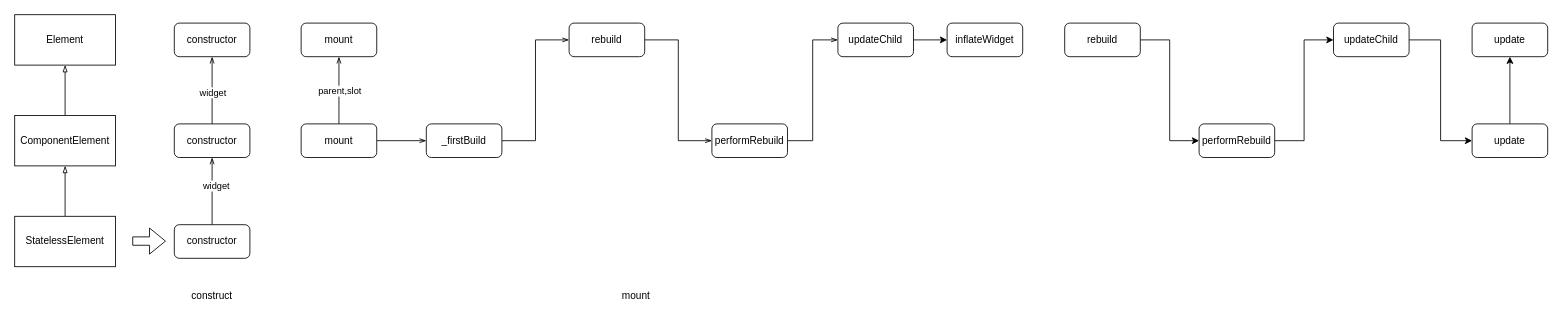
rockstore/diagram keeps this draw.io diagram as flutter/Untitled Diagram.drawio. Above is the earlier version. Source tidied: cells renumbered, new cells numbered last; positions are measured from the earlier drawing's top-left corner, leaving out a move shared by most shapes. Both pictures are drawn from the tidied source at 84%, with x=0, y=0 at pixel (14, 14).
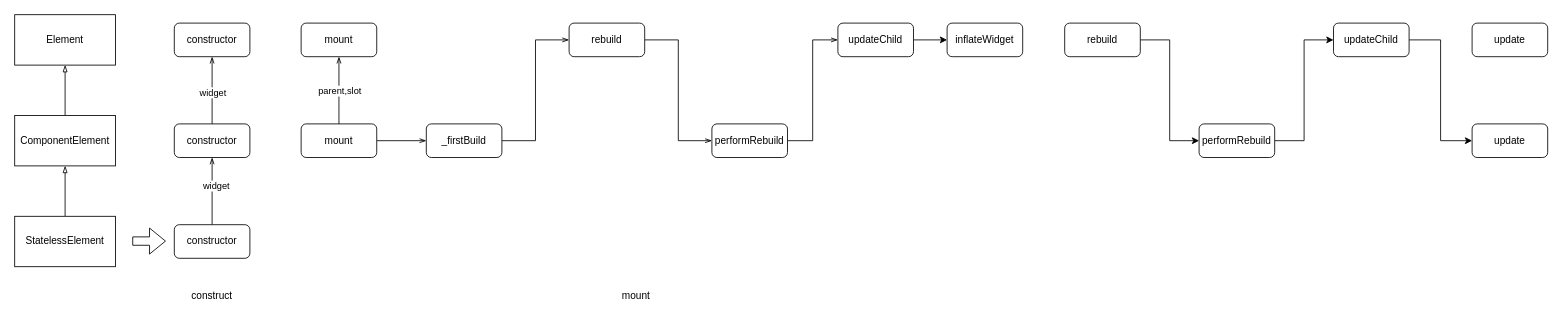
Above is the later version.

Unchanged cells that the change refers to:
```xml
<mxCell id="38" value="update" style="rounded=1;whiteSpace=wrap;html=1;" parent="1" vertex="1">
  <mxGeometry x="1735" y="130" width="90" height="40" as="geometry" />
</mxCell>
<mxCell id="39" value="update" style="rounded=1;whiteSpace=wrap;html=1;" parent="1" vertex="1">
  <mxGeometry x="1735" y="10" width="90" height="40" as="geometry" />
</mxCell>
```

The edit, as a diff of the source:
```diff
@@
-    <mxCell id="37" style="edgeStyle=orthogonalEdgeStyle;rounded=0;jettySize=auto;html=1;exitX=0.5;exitY=0;exitDx=0;exitDy=0;entryX=0.5;entryY=1;entryDx=0;entryDy=0;" parent="1" edge="1" source="38" target="39">
-      <mxGeometry relative="1" as="geometry" />
-    </mxCell>
```
